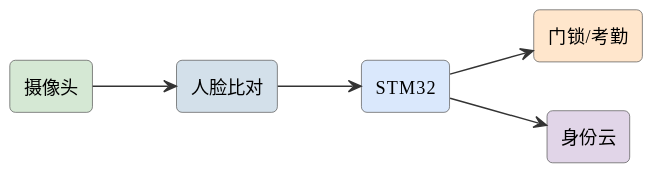
This is assets/diagrams/ideas-fig81.svg from mingyi0818/IntelligentMcuCourse, a PlantUML export, as it was before one commit.
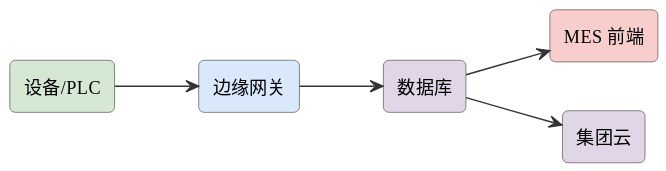
Later version of the same file.

The edit, as a diff of the source:
```diff
@@ -6,13 +6,13 @@
 skinparam arrowFontSize 11
 skinparam arrowColor #333
 left to right direction
-rectangle "摄像头" as cam #d5e8d4
-rectangle "人脸比对" as face #d3e0ea
-rectangle "STM32" as stm #dae8fc
-rectangle "门锁/考勤" as lock #ffe6cc
-rectangle "身份云" as cloud #e1d5e8
-cam --> face
-face --> stm
-stm --> lock
-stm --> cloud
+rectangle "设备/PLC" as plc #d5e8d4
+rectangle "边缘网关" as edge #dae8fc
+rectangle "数据库" as db #e1d5e8
+rectangle "MES 前端" as mes #f8cecc
+rectangle "集团云" as cloud #e1d5e8
+plc --> edge
+edge --> db
+db --> mes
+db --> cloud
 @enduml
```
